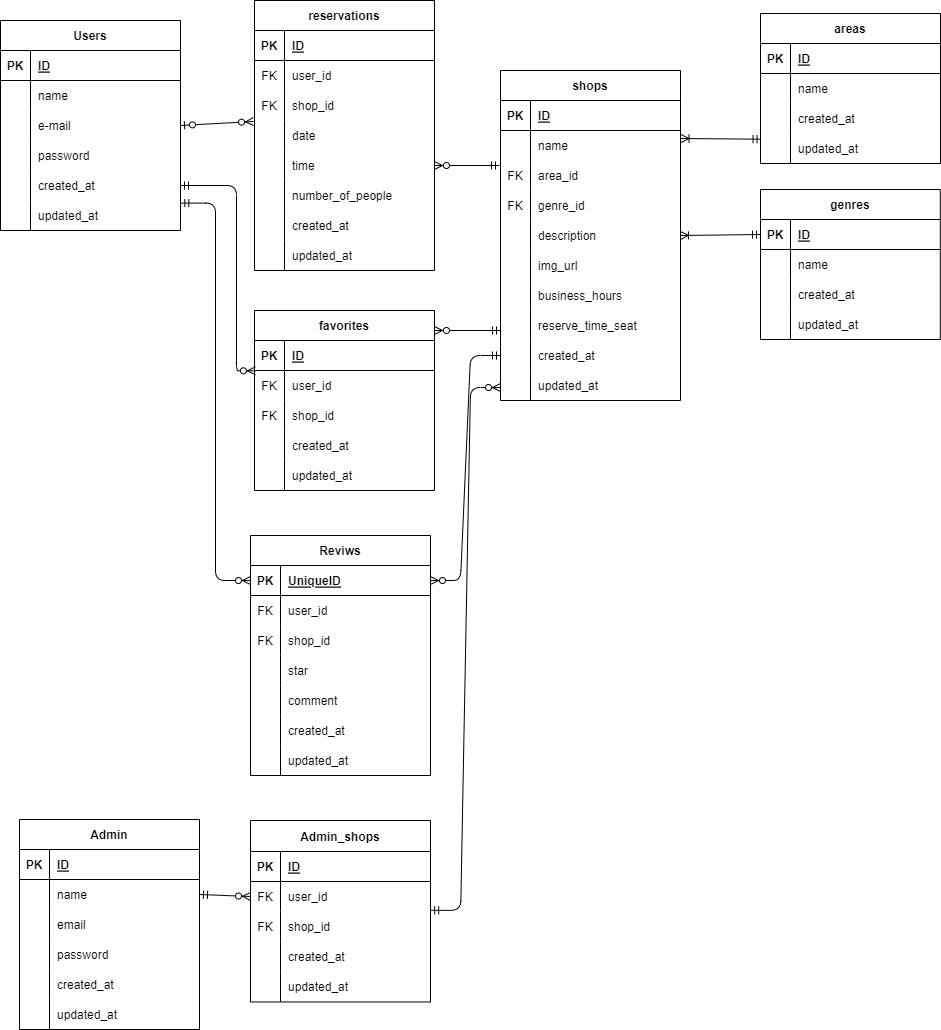
The draw.io diagram ER.drawio.png in yuriF5/advance, before a commit. Source tidied: cells renumbered, new cells last; positions are measured from the earlier drawing's top-left corner, leaving out a move shared by most shapes.
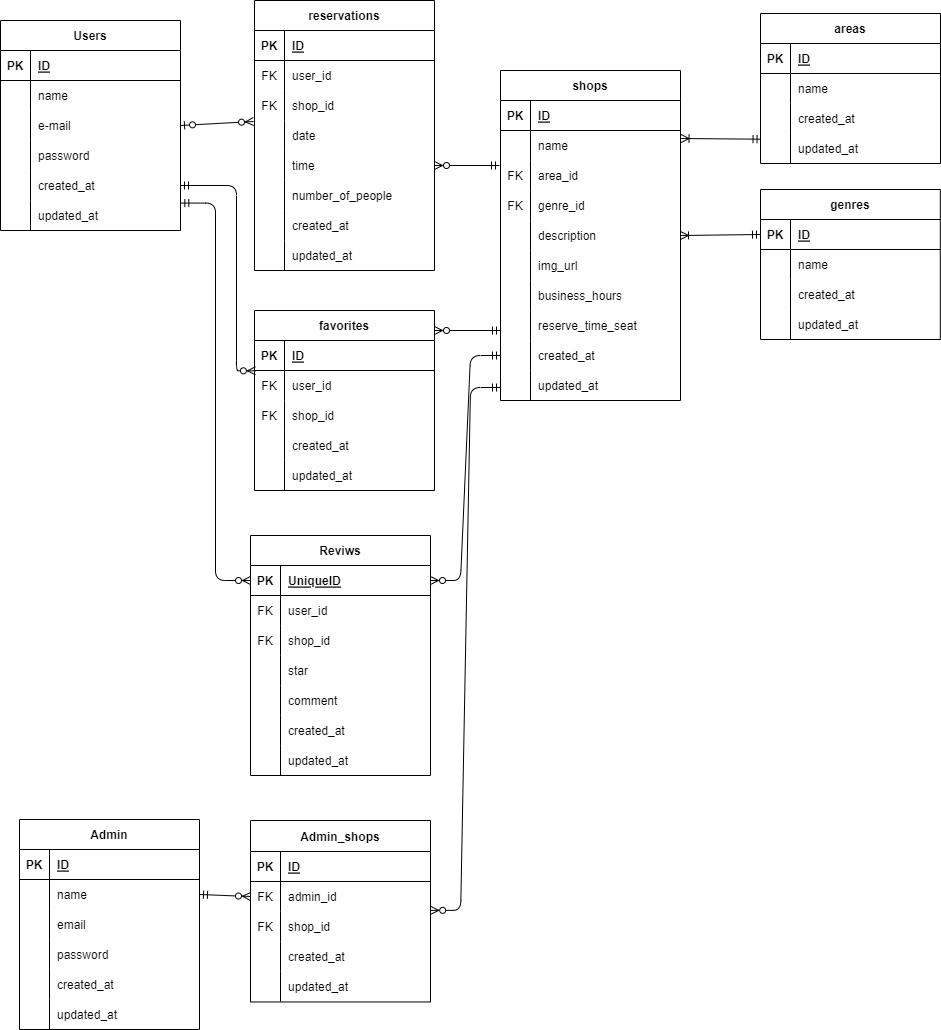
The same diagram one commit later.

What changed in the source:
```diff
@@ -457,7 +457,7 @@
     <mxCell id="149" value="FK" style="shape=partialRectangle;fillColor=none;top=0;left=0;bottom=0;right=0;overflow=hidden;" parent="148" vertex="1">
       <mxGeometry width="30" height="30" as="geometry" />
     </mxCell>
-    <mxCell id="150" value="user_id" style="shape=partialRectangle;fillColor=none;top=0;left=0;bottom=0;right=0;align=left;spacingLeft=6;overflow=hidden;" parent="148" vertex="1">
+    <mxCell id="150" value="admin_id" style="shape=partialRectangle;fillColor=none;top=0;left=0;bottom=0;right=0;align=left;spacingLeft=6;overflow=hidden;" parent="148" vertex="1">
       <mxGeometry x="30" width="150" height="30" as="geometry" />
     </mxCell>
     <mxCell id="151" style="shape=tableRow;horizontal=0;startSize=0;swimlaneHead=0;swimlaneBody=0;fillColor=none;top=0;left=0;right=0;bottom=0;" parent="144" vertex="1">
@@ -561,7 +561,7 @@
     <mxCell id="183" style="edgeStyle=entityRelationEdgeStyle;fontSize=12;html=1;endArrow=ERmandOne;endFill=0;startArrow=ERzeroToMany;startFill=0;exitX=1;exitY=0.5;exitDx=0;exitDy=0;entryX=0;entryY=0.5;entryDx=0;entryDy=0;" parent="1" edge="1" source="161" target="87">
       <mxGeometry relative="1" as="geometry" />
     </mxCell>
-    <mxCell id="184" style="edgeStyle=entityRelationEdgeStyle;fontSize=12;html=1;endArrow=ERzeroToMany;endFill=1;startArrow=ERmandOne;startFill=0;exitX=1.001;exitY=0.962;exitDx=0;exitDy=0;exitPerimeter=0;" parent="1" edge="1" source="148">
+    <mxCell id="184" style="edgeStyle=entityRelationEdgeStyle;fontSize=12;html=1;endArrow=ERmandOne;endFill=0;startArrow=ERzeroToMany;startFill=0;exitX=1.001;exitY=0.962;exitDx=0;exitDy=0;exitPerimeter=0;" parent="1" edge="1" source="148">
       <mxGeometry relative="1" as="geometry">
         <mxPoint x="500" y="387" as="targetPoint" />
       </mxGeometry>
```
